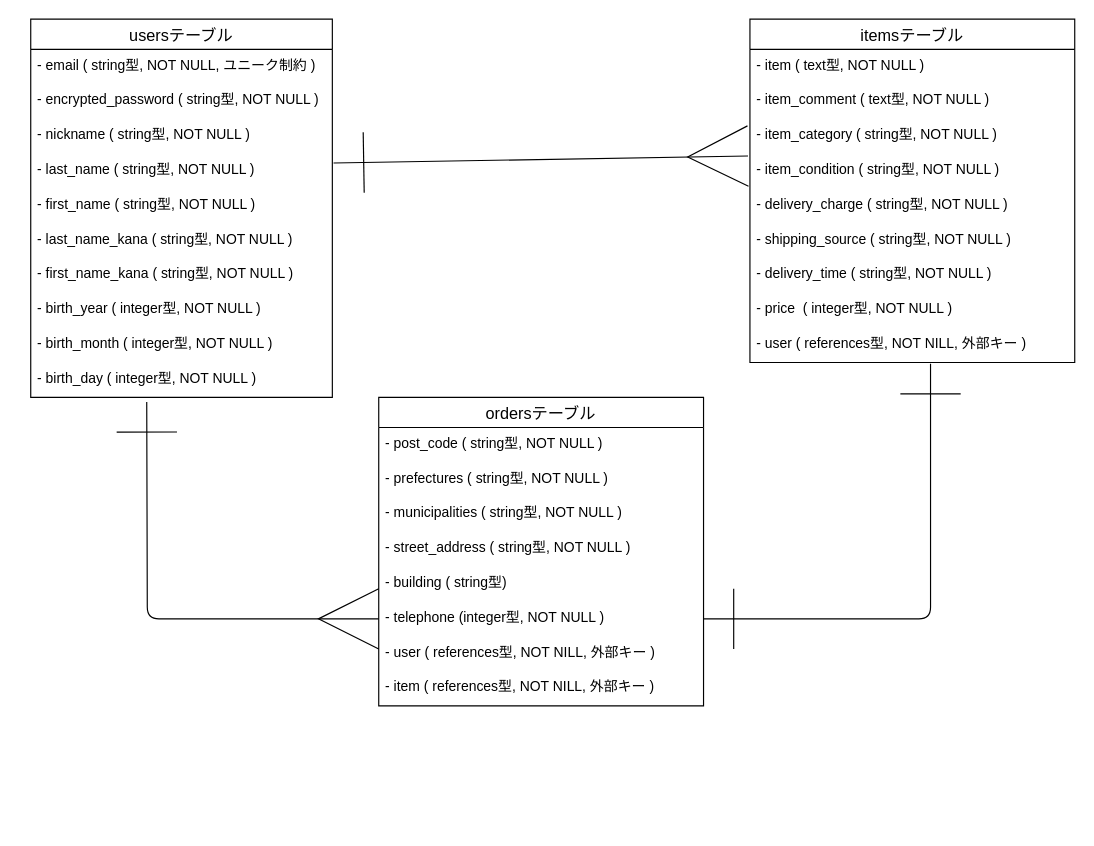
Earlier version of the draw.io diagram furima.dio (hayapi0208/furima-40607). Source tidied: cells renumbered, new cells numbered last; positions are measured from the earlier drawing's top-left corner, leaving out a move shared by most shapes. Both pictures are drawn from the tidied source at 116%, with x=0, y=0 at pixel (30, 19).
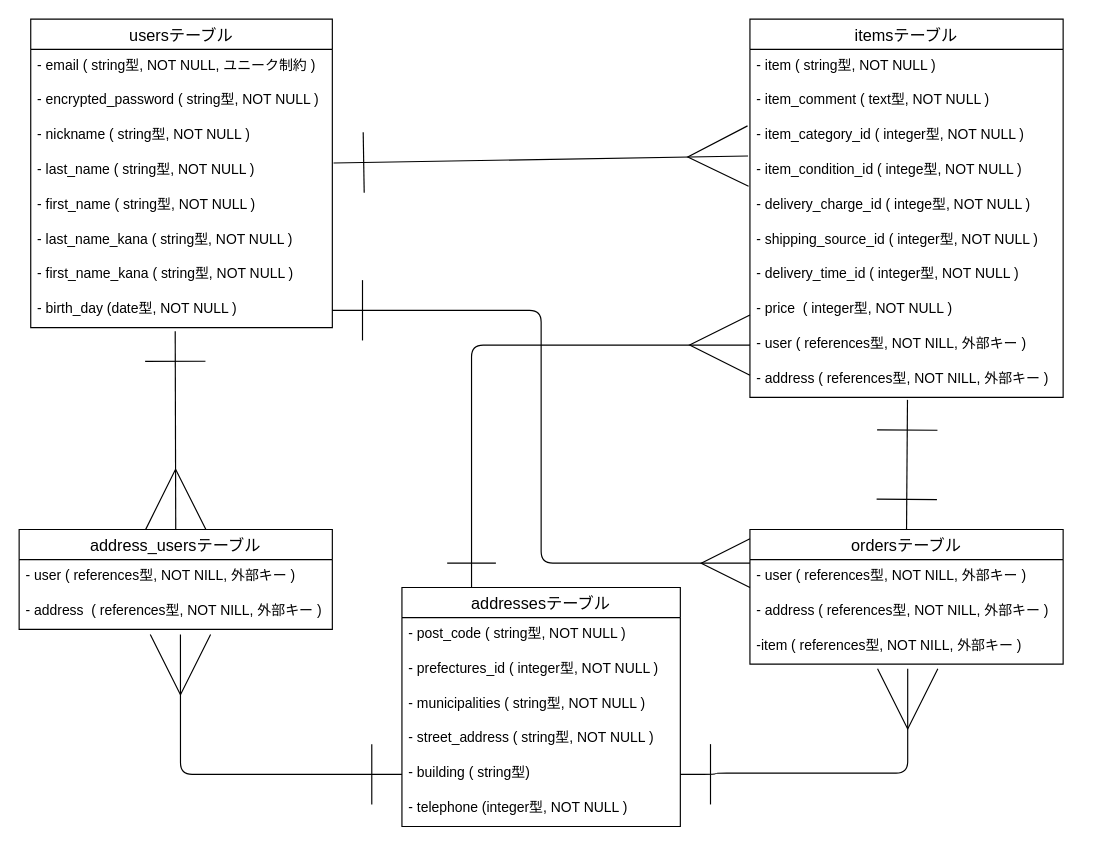
Above is the later version.

Commit message (it also covers changes not shown here):
ER図・READMEデータベース設計を修正

The edit, as a diff of the source:
```diff
@@
     <mxCell id="2" value="usersテーブル" style="swimlane;fontStyle=0;horizontal=1;startSize=26;align=center;fontSize=14;" parent="1" vertex="1">
-      <mxGeometry width="260" height="326" as="geometry" />
+      <mxGeometry width="260" height="266" as="geometry" />
     </mxCell>
@@
-    <mxCell id="10" value="- birth_year ( integer型, NOT NULL )" style="text;strokeColor=none;fillColor=none;spacingLeft=4;spacingRight=4;overflow=hidden;fontSize=12;" parent="2" vertex="1">
-      <mxGeometry y="236" width="260" height="30" as="geometry" />
-    </mxCell>
-    <mxCell id="11" value="- birth_month ( integer型, NOT NULL )" style="text;strokeColor=none;fillColor=none;spacingLeft=4;spacingRight=4;overflow=hidden;fontSize=12;" parent="2" vertex="1">
-      <mxGeometry y="266" width="260" height="30" as="geometry" />
-    </mxCell>
-    <mxCell id="12" value="- birth_day ( integer型, NOT NULL )" style="text;strokeColor=none;fillColor=none;spacingLeft=4;spacingRight=4;overflow=hidden;points=[[0,0.5],[1,0.5]];portConstraint=eastwest;fontSize=12;" parent="2" vertex="1">
-      <mxGeometry y="296" width="260" height="30" as="geometry" />
+    <mxCell id="12" value="- birth_day (date型, NOT NULL )" style="text;strokeColor=none;fillColor=none;spacingLeft=4;spacingRight=4;overflow=hidden;points=[[0,0.5],[1,0.5]];portConstraint=eastwest;fontSize=12;" parent="2" vertex="1">
+      <mxGeometry y="236" width="260" height="30" as="geometry" />
     </mxCell>
     <mxCell id="13" value="itemsテーブル" style="swimlane;fontStyle=0;horizontal=1;startSize=26;align=center;fontSize=14;" parent="1" vertex="1">
-      <mxGeometry x="620" width="280" height="296" as="geometry" />
+      <mxGeometry x="620" width="270" height="326" as="geometry" />
     </mxCell>
-    <mxCell id="14" value="- item ( text型, NOT NULL )" style="text;strokeColor=none;fillColor=none;spacingLeft=4;spacingRight=4;overflow=hidden;fontSize=12;" parent="13" vertex="1">
-      <mxGeometry y="26" width="280" height="30" as="geometry" />
+    <mxCell id="14" value="- item ( string型, NOT NULL )" style="text;strokeColor=none;fillColor=none;spacingLeft=4;spacingRight=4;overflow=hidden;fontSize=12;" parent="13" vertex="1">
+      <mxGeometry y="26" width="270" height="30" as="geometry" />
     </mxCell>
     <mxCell id="15" value="- item_comment ( text型, NOT NULL )" style="text;strokeColor=none;fillColor=none;spacingLeft=4;spacingRight=4;overflow=hidden;fontSize=12;" parent="13" vertex="1">
-      <mxGeometry y="56" width="280" height="30" as="geometry" />
+      <mxGeometry y="56" width="270" height="30" as="geometry" />
     </mxCell>
-    <mxCell id="16" value="- item_category ( string型, NOT NULL )" style="text;strokeColor=none;fillColor=none;spacingLeft=4;spacingRight=4;overflow=hidden;points=[[0,0.5],[1,0.5]];portConstraint=eastwest;fontSize=12;" parent="13" vertex="1">
-      <mxGeometry y="86" width="280" height="30" as="geometry" />
+    <mxCell id="16" value="- item_category_id ( integer型, NOT NULL )" style="text;strokeColor=none;fillColor=none;spacingLeft=4;spacingRight=4;overflow=hidden;points=[[0,0.5],[1,0.5]];portConstraint=eastwest;fontSize=12;" parent="13" vertex="1">
+      <mxGeometry y="86" width="270" height="30" as="geometry" />
     </mxCell>
-    <mxCell id="17" value="- item_condition ( string型, NOT NULL )" style="text;strokeColor=none;fillColor=none;spacingLeft=4;spacingRight=4;overflow=hidden;fontSize=12;" parent="13" vertex="1">
-      <mxGeometry y="116" width="280" height="30" as="geometry" />
+    <mxCell id="17" value="- item_condition_id ( intege型, NOT NULL )" style="text;strokeColor=none;fillColor=none;spacingLeft=4;spacingRight=4;overflow=hidden;fontSize=12;" parent="13" vertex="1">
+      <mxGeometry y="116" width="270" height="30" as="geometry" />
     </mxCell>
-    <mxCell id="18" value="- delivery_charge ( string型, NOT NULL )" style="text;strokeColor=none;fillColor=none;spacingLeft=4;spacingRight=4;overflow=hidden;fontSize=12;" parent="13" vertex="1">
-      <mxGeometry y="146" width="280" height="30" as="geometry" />
+    <mxCell id="18" value="- delivery_charge_id ( intege型, NOT NULL )" style="text;strokeColor=none;fillColor=none;spacingLeft=4;spacingRight=4;overflow=hidden;fontSize=12;" parent="13" vertex="1">
+      <mxGeometry y="146" width="270" height="30" as="geometry" />
     </mxCell>
-    <mxCell id="19" value="- shipping_source ( string型, NOT NULL )" style="text;strokeColor=none;fillColor=none;spacingLeft=4;spacingRight=4;overflow=hidden;fontSize=12;" parent="13" vertex="1">
-      <mxGeometry y="176" width="280" height="30" as="geometry" />
+    <mxCell id="19" value="- shipping_source_id ( integer型, NOT NULL )" style="text;strokeColor=none;fillColor=none;spacingLeft=4;spacingRight=4;overflow=hidden;fontSize=12;" parent="13" vertex="1">
+      <mxGeometry y="176" width="270" height="30" as="geometry" />
     </mxCell>
-    <mxCell id="20" value="- delivery_time ( string型, NOT NULL )" style="text;strokeColor=none;fillColor=none;spacingLeft=4;spacingRight=4;overflow=hidden;fontSize=12;" parent="13" vertex="1">
-      <mxGeometry y="206" width="280" height="30" as="geometry" />
+    <mxCell id="20" value="- delivery_time_id ( integer型, NOT NULL )" style="text;strokeColor=none;fillColor=none;spacingLeft=4;spacingRight=4;overflow=hidden;fontSize=12;" parent="13" vertex="1">
+      <mxGeometry y="206" width="270" height="30" as="geometry" />
     </mxCell>
     <mxCell id="21" value="- price  ( integer型, NOT NULL )" style="text;strokeColor=none;fillColor=none;spacingLeft=4;spacingRight=4;overflow=hidden;fontSize=12;" parent="13" vertex="1">
-      <mxGeometry y="236" width="280" height="30" as="geometry" />
+      <mxGeometry y="236" width="270" height="30" as="geometry" />
     </mxCell>
     <mxCell id="22" value="- user ( references型, NOT NILL, 外部キー )" style="text;strokeColor=none;fillColor=none;spacingLeft=4;spacingRight=4;overflow=hidden;points=[[0,0.5],[1,0.5]];portConstraint=eastwest;fontSize=12;" parent="13" vertex="1">
-      <mxGeometry y="266" width="280" height="30" as="geometry" />
+      <mxGeometry y="266" width="270" height="30" as="geometry" />
     </mxCell>
+    <mxCell id="35" value="- address ( references型, NOT NILL, 外部キー )" style="text;strokeColor=none;fillColor=none;spacingLeft=4;spacingRight=4;overflow=hidden;points=[[0,0.5],[1,0.5]];portConstraint=eastwest;fontSize=12;" parent="13" vertex="1">
+      <mxGeometry y="296" width="270" height="30" as="geometry" />
+    </mxCell>
-    <mxCell id="23" value="ordersテーブル" style="swimlane;fontStyle=0;horizontal=1;startSize=26;align=center;fontSize=14;" parent="1" vertex="1">
-      <mxGeometry x="300" y="326" width="280" height="266" as="geometry" />
+    <mxCell id="23" value="addressesテーブル" style="swimlane;fontStyle=0;horizontal=1;startSize=26;align=center;fontSize=14;" parent="1" vertex="1">
+      <mxGeometry x="320" y="490" width="240" height="206" as="geometry" />
     </mxCell>
     <mxCell id="24" value="- post_code ( string型, NOT NULL )" style="text;strokeColor=none;fillColor=none;spacingLeft=4;spacingRight=4;overflow=hidden;fontSize=12;" parent="23" vertex="1">
-      <mxGeometry y="26" width="280" height="30" as="geometry" />
+      <mxGeometry y="26" width="240" height="30" as="geometry" />
     </mxCell>
-    <mxCell id="25" value="- prefectures ( string型, NOT NULL )" style="text;strokeColor=none;fillColor=none;spacingLeft=4;spacingRight=4;overflow=hidden;fontSize=12;" parent="23" vertex="1">
-      <mxGeometry y="56" width="280" height="30" as="geometry" />
+    <mxCell id="25" value="- prefectures_id ( integer型, NOT NULL )" style="text;strokeColor=none;fillColor=none;spacingLeft=4;spacingRight=4;overflow=hidden;fontSize=12;" parent="23" vertex="1">
+      <mxGeometry y="56" width="240" height="30" as="geometry" />
     </mxCell>
     <mxCell id="26" value="- municipalities ( string型, NOT NULL )" style="text;strokeColor=none;fillColor=none;spacingLeft=4;spacingRight=4;overflow=hidden;fontSize=12;" parent="23" vertex="1">
-      <mxGeometry y="86" width="280" height="30" as="geometry" />
+      <mxGeometry y="86" width="240" height="30" as="geometry" />
     </mxCell>
     <mxCell id="27" value="- street_address ( string型, NOT NULL )" style="text;strokeColor=none;fillColor=none;spacingLeft=4;spacingRight=4;overflow=hidden;fontSize=12;" parent="23" vertex="1">
-      <mxGeometry y="116" width="280" height="30" as="geometry" />
+      <mxGeometry y="116" width="240" height="30" as="geometry" />
     </mxCell>
     <mxCell id="28" value="- building ( string型)" style="text;strokeColor=none;fillColor=none;spacingLeft=4;spacingRight=4;overflow=hidden;points=[[0,0.5],[1,0.5]];portConstraint=eastwest;fontSize=12;" parent="23" vertex="1">
-      <mxGeometry y="146" width="280" height="30" as="geometry" />
+      <mxGeometry y="146" width="240" height="30" as="geometry" />
     </mxCell>
     <mxCell id="29" value="- telephone (integer型, NOT NULL )" style="text;strokeColor=none;fillColor=none;spacingLeft=4;spacingRight=4;overflow=hidden;points=[[0,0.5],[1,0.5]];portConstraint=eastwest;fontSize=12;" parent="23" vertex="1">
-      <mxGeometry y="176" width="280" height="30" as="geometry" />
+      <mxGeometry y="176" width="240" height="30" as="geometry" />
     </mxCell>
-    <mxCell id="30" value="- user ( references型, NOT NILL, 外部キー )" style="text;strokeColor=none;fillColor=none;spacingLeft=4;spacingRight=4;overflow=hidden;fontSize=12;" parent="23" vertex="1">
-      <mxGeometry y="206" width="280" height="30" as="geometry" />
-    </mxCell>
-    <mxCell id="31" value="- item ( references型, NOT NILL, 外部キー )" style="text;strokeColor=none;fillColor=none;spacingLeft=4;spacingRight=4;overflow=hidden;fontSize=12;" parent="23" vertex="1">
-      <mxGeometry y="236" width="280" height="30" as="geometry" />
-    </mxCell>
@@
-    <mxCell id="33" style="edgeStyle=orthogonalEdgeStyle;html=1;exitX=0.556;exitY=1.033;exitDx=0;exitDy=0;entryX=1;entryY=0.5;entryDx=0;entryDy=0;strokeColor=default;strokeWidth=1;startArrow=ERone;startFill=0;endArrow=ERone;endFill=0;startSize=50;endSize=50;exitPerimeter=0;" parent="1" edge="1" source="22" target="29">
-      <mxGeometry relative="1" as="geometry" />
-    </mxCell>
-    <mxCell id="34" style="edgeStyle=orthogonalEdgeStyle;html=1;entryX=0;entryY=0.5;entryDx=0;entryDy=0;strokeColor=default;strokeWidth=1;startArrow=ERone;startFill=0;endArrow=ERmany;endFill=0;startSize=50;endSize=50;" parent="1" edge="1" target="29">
-      <mxGeometry relative="1" as="geometry">
-        <mxPoint x="100" y="330" as="sourcePoint" />
-      </mxGeometry>
-    </mxCell>
+    <mxCell id="36" style="html=1;exitX=0.5;exitY=0;exitDx=0;exitDy=0;entryX=0.503;entryY=1.074;entryDx=0;entryDy=0;entryPerimeter=0;strokeColor=default;strokeWidth=1;startArrow=ERone;startFill=0;endArrow=ERone;endFill=0;startSize=50;endSize=50;" parent="1" edge="1" source="37" target="35">
+      <mxGeometry relative="1" as="geometry" />
+    </mxCell>
+    <mxCell id="37" value="ordersテーブル" style="swimlane;fontStyle=0;horizontal=1;startSize=26;align=center;fontSize=14;" parent="1" vertex="1">
+      <mxGeometry x="620" y="440" width="270" height="116" as="geometry" />
+    </mxCell>
+    <mxCell id="38" value="- user ( references型, NOT NILL, 外部キー )" style="text;strokeColor=none;fillColor=none;spacingLeft=4;spacingRight=4;overflow=hidden;fontSize=12;" parent="37" vertex="1">
+      <mxGeometry y="26" width="270" height="30" as="geometry" />
+    </mxCell>
+    <mxCell id="39" value="- address ( references型, NOT NILL, 外部キー )" style="text;strokeColor=none;fillColor=none;spacingLeft=4;spacingRight=4;overflow=hidden;fontSize=12;" parent="37" vertex="1">
+      <mxGeometry y="56" width="270" height="30" as="geometry" />
+    </mxCell>
+    <mxCell id="40" value="-item ( references型, NOT NILL, 外部キー )" style="text;strokeColor=none;fillColor=none;spacingLeft=4;spacingRight=4;overflow=hidden;fontSize=12;" parent="37" vertex="1">
+      <mxGeometry y="86" width="270" height="30" as="geometry" />
+    </mxCell>
+    <mxCell id="41" value="address_usersテーブル" style="swimlane;fontStyle=0;horizontal=1;startSize=26;align=center;fontSize=14;" parent="1" vertex="1">
+      <mxGeometry x="-10" y="440" width="270" height="86" as="geometry" />
+    </mxCell>
+    <mxCell id="42" value="- user ( references型, NOT NILL, 外部キー )" style="text;strokeColor=none;fillColor=none;spacingLeft=4;spacingRight=4;overflow=hidden;fontSize=12;" parent="41" vertex="1">
+      <mxGeometry y="26" width="270" height="30" as="geometry" />
+    </mxCell>
+    <mxCell id="43" value="- address  ( references型, NOT NILL, 外部キー )" style="text;strokeColor=none;fillColor=none;spacingLeft=4;spacingRight=4;overflow=hidden;points=[[0,0.5],[1,0.5]];portConstraint=eastwest;fontSize=12;" parent="41" vertex="1">
+      <mxGeometry y="56" width="270" height="30" as="geometry" />
+    </mxCell>
+    <mxCell id="44" style="html=1;exitX=0.479;exitY=1.1;exitDx=0;exitDy=0;entryX=0.5;entryY=0;entryDx=0;entryDy=0;strokeColor=default;strokeWidth=1;startArrow=ERone;startFill=0;endArrow=ERmany;endFill=0;startSize=50;endSize=50;exitPerimeter=0;" parent="1" edge="1" source="12" target="41">
+      <mxGeometry relative="1" as="geometry" />
+    </mxCell>
+    <mxCell id="45" style="edgeStyle=orthogonalEdgeStyle;html=1;exitX=0.515;exitY=1.148;exitDx=0;exitDy=0;entryX=0;entryY=0.5;entryDx=0;entryDy=0;strokeColor=default;strokeWidth=1;startArrow=ERmany;startFill=0;endArrow=ERone;endFill=0;startSize=50;endSize=50;exitPerimeter=0;" parent="1" edge="1" source="43" target="28">
+      <mxGeometry relative="1" as="geometry">
+        <Array as="points">
+          <mxPoint x="129" y="651" />
+        </Array>
+      </mxGeometry>
+    </mxCell>
+    <mxCell id="46" style="edgeStyle=orthogonalEdgeStyle;html=1;entryX=1;entryY=0.5;entryDx=0;entryDy=0;strokeColor=default;strokeWidth=1;startArrow=ERmany;startFill=0;endArrow=ERone;endFill=0;startSize=50;endSize=50;" parent="1" edge="1" target="28">
+      <mxGeometry relative="1" as="geometry">
+        <mxPoint x="756" y="560" as="sourcePoint" />
+        <Array as="points">
+          <mxPoint x="756" y="650" />
+          <mxPoint x="590" y="650" />
+        </Array>
+      </mxGeometry>
+    </mxCell>
+    <mxCell id="47" style="edgeStyle=orthogonalEdgeStyle;html=1;exitX=1;exitY=0.5;exitDx=0;exitDy=0;entryX=0;entryY=0.25;entryDx=0;entryDy=0;strokeColor=default;strokeWidth=1;startArrow=ERone;startFill=0;endArrow=ERmany;endFill=0;startSize=50;endSize=40;" parent="1" edge="1" source="12" target="37">
+      <mxGeometry relative="1" as="geometry" />
+    </mxCell>
+    <mxCell id="48" style="edgeStyle=orthogonalEdgeStyle;html=1;exitX=0;exitY=0.5;exitDx=0;exitDy=0;entryX=0.25;entryY=0;entryDx=0;entryDy=0;strokeColor=default;strokeWidth=1;startArrow=ERmany;startFill=0;endArrow=ERone;endFill=0;startSize=50;endSize=40;" parent="1" edge="1" source="22" target="23">
+      <mxGeometry relative="1" as="geometry" />
+    </mxCell>
```
